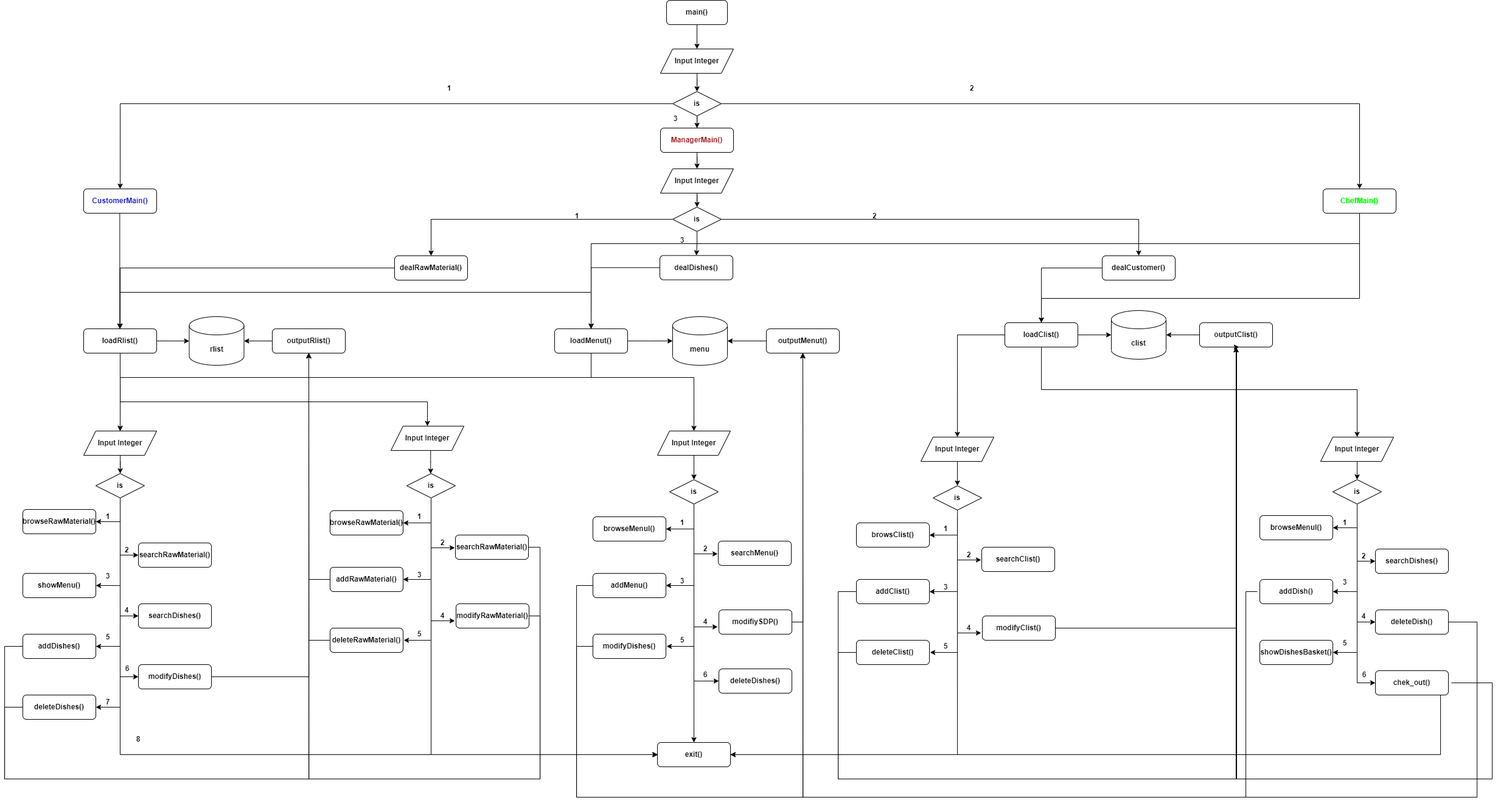
1102131860/CPT106 keeps this draw.io diagram as Flowchart.png. Above is the earlier version. Source tidied: cells renumbered, new cells last; positions are measured from the earlier drawing's top-left corner, leaving out a move shared by most shapes.
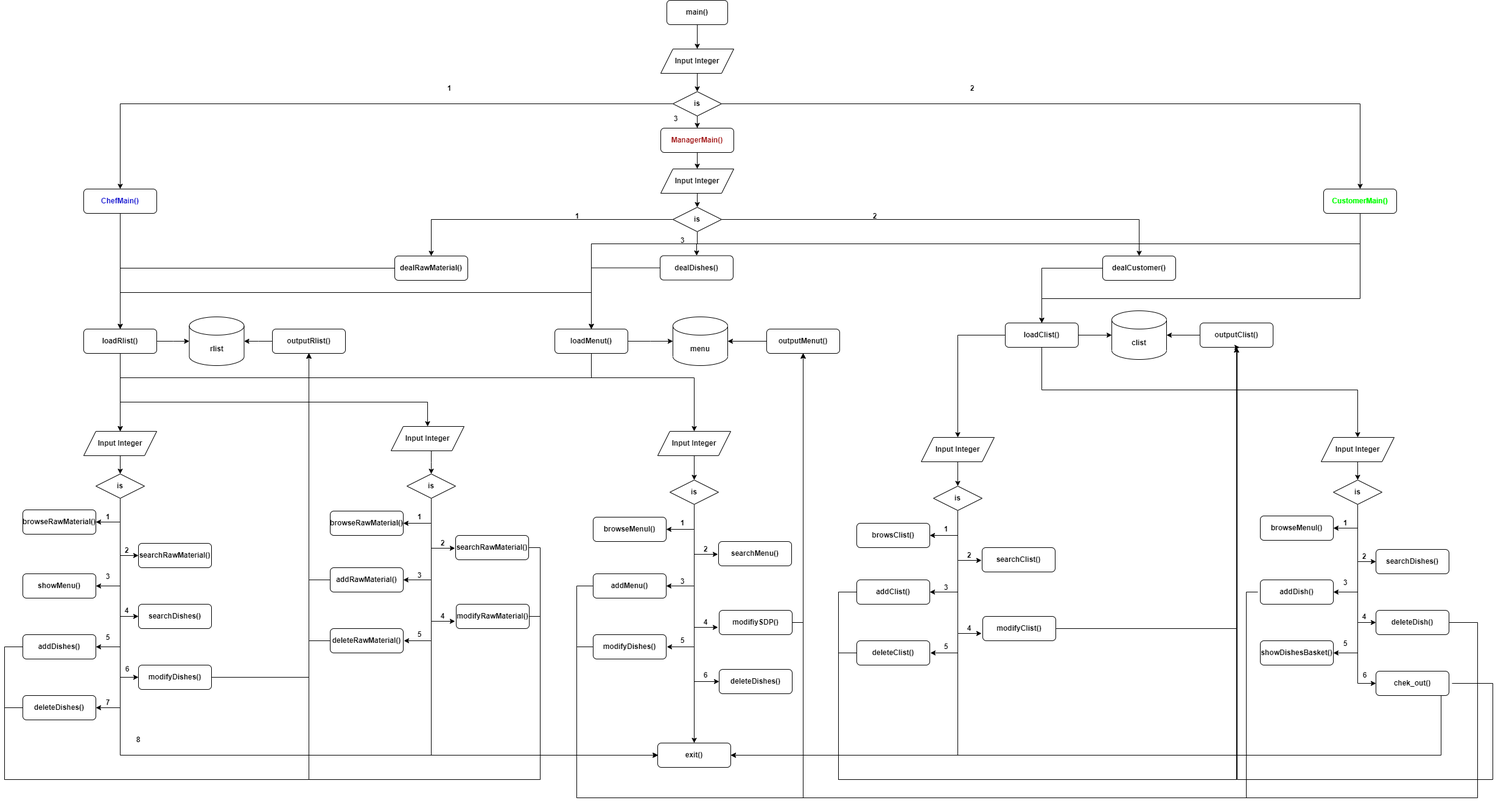
Later version of the same file.

What changed in the source:
```diff
@@ -11,7 +11,7 @@
     <mxCell id="4" style="edgeStyle=elbowEdgeStyle;rounded=0;jettySize=auto;html=1;entryX=0.5;entryY=0;entryDx=0;entryDy=0;fontSize=12;fontStyle=1;" parent="1" edge="1" source="5" target="80">
       <mxGeometry relative="1" as="geometry" />
     </mxCell>
-    <mxCell id="5" value="CustomerMain()" style="rounded=1;whiteSpace=wrap;html=1;fontSize=12;fontStyle=1;labelBackgroundColor=none;labelBorderColor=none;fontColor=#0000CC;" parent="1" vertex="1">
+    <mxCell id="5" value="ChefMain()" style="rounded=1;whiteSpace=wrap;html=1;fontSize=12;fontStyle=1;labelBackgroundColor=none;labelBorderColor=none;fontColor=#0000CC;" parent="1" vertex="1">
       <mxGeometry x="130" y="310" width="120" height="40" as="geometry" />
     </mxCell>
     <mxCell id="6" style="edgeStyle=orthogonalEdgeStyle;rounded=0;jettySize=auto;html=1;fontSize=12;fontStyle=1;" parent="1" edge="1" source="7" target="26">
@@ -36,7 +36,7 @@
         </Array>
       </mxGeometry>
     </mxCell>
-    <mxCell id="10" value="ChefMain()" style="rounded=1;whiteSpace=wrap;html=1;fontSize=12;fontStyle=1;fontColor=#00FF00;" parent="1" vertex="1">
+    <mxCell id="10" value="CustomerMain()" style="rounded=1;whiteSpace=wrap;html=1;fontSize=12;fontStyle=1;fontColor=#00FF00;" parent="1" vertex="1">
       <mxGeometry x="2167" y="310" width="120" height="40" as="geometry" />
     </mxCell>
     <mxCell id="11" style="edgeStyle=orthogonalEdgeStyle;rounded=0;jettySize=auto;html=1;entryX=0.5;entryY=0;entryDx=0;entryDy=0;fontSize=12;fontStyle=1;" parent="1" edge="1" source="14" target="7">
```
